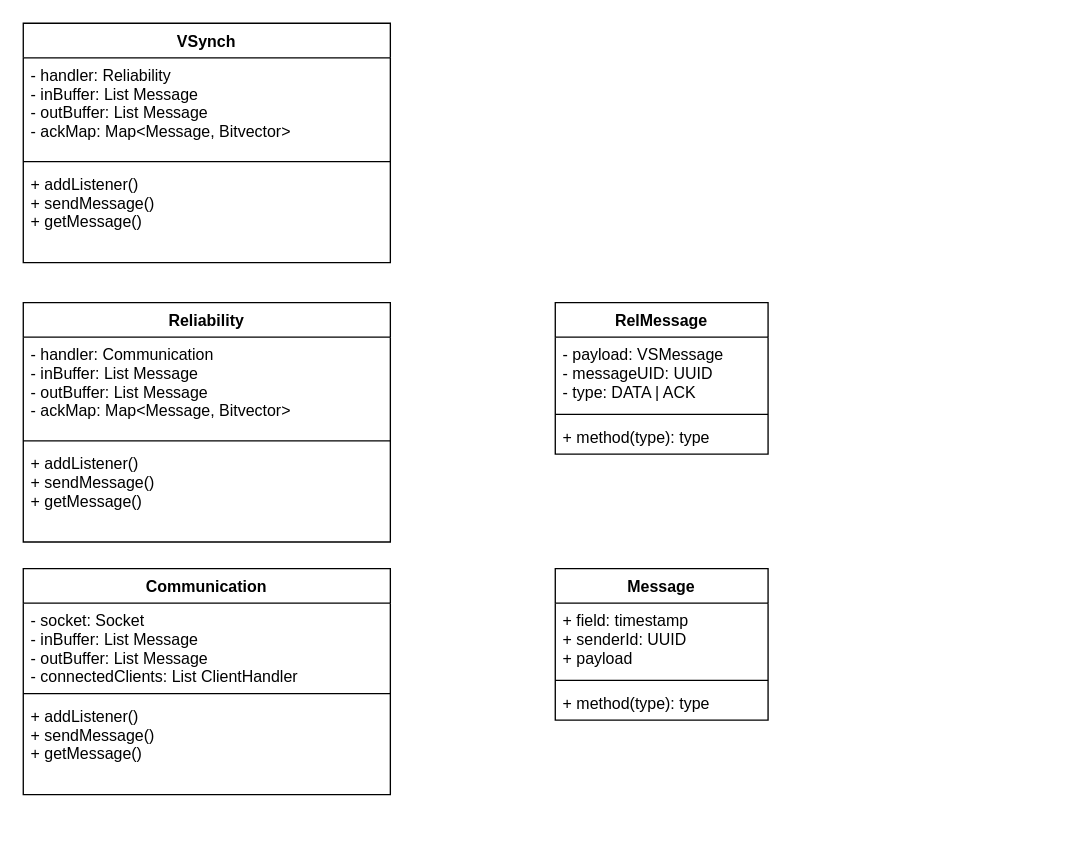
Earlier version of the draw.io diagram doc/model.drawio (PolCeru/DS-RMPI). Source tidied: cells renumbered, new cells numbered last; positions are measured from the earlier drawing's top-left corner, leaving out a move shared by most shapes. Both pictures are drawn from the tidied source at 133%, with x=0, y=0 at pixel (23, 23).
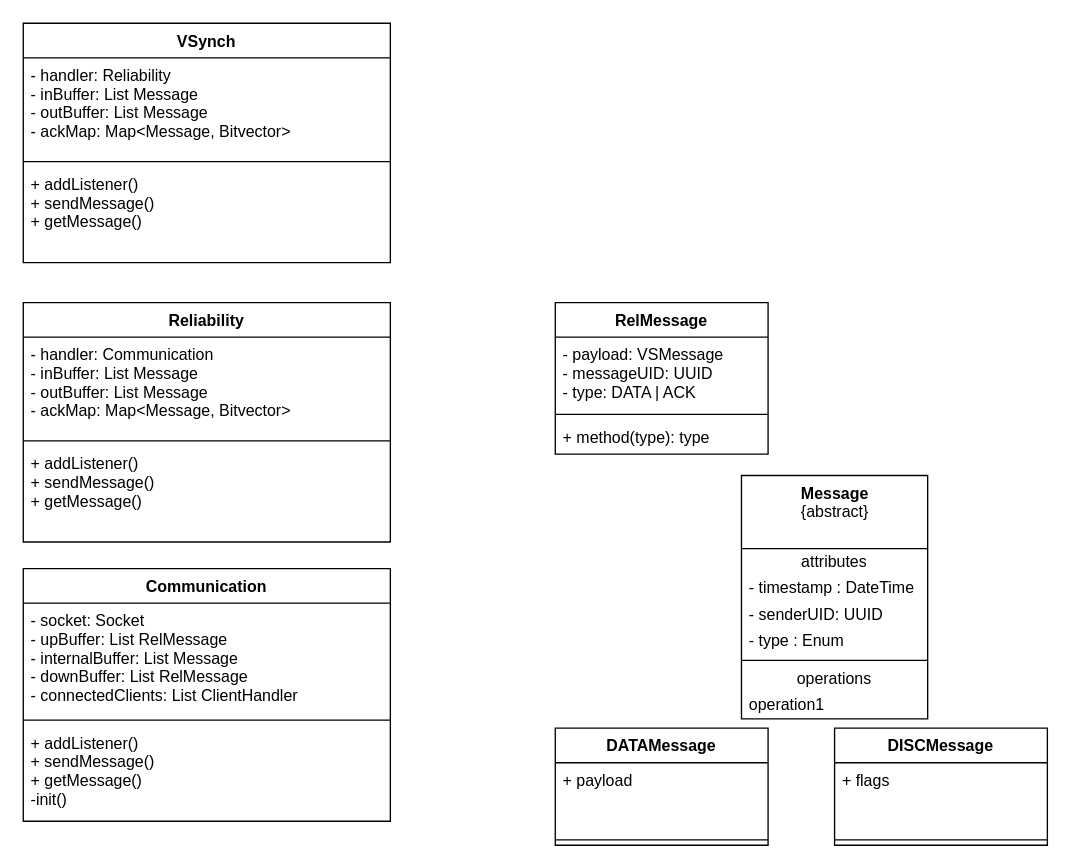
Above is the later version.

Commit message:
Diagram update with DISC message and init

What changed in the source:
```diff
@@
     <mxCell id="2" value="Communication" style="swimlane;fontStyle=1;align=center;verticalAlign=top;horizontal=1;startSize=26;" parent="1" vertex="1">
-      <mxGeometry y="410" width="276" height="170" as="geometry" />
+      <mxGeometry y="410" width="276" height="190" as="geometry" />
     </mxCell>
-    <mxCell id="3" value="- socket: Socket&#10;- inBuffer: List Message&#10;- outBuffer: List Message&#10;- connectedClients: List ClientHandler" style="text;strokeColor=none;fillColor=none;align=left;verticalAlign=top;spacingLeft=4;spacingRight=4;overflow=hidden;" parent="2" vertex="1">
-      <mxGeometry y="26" width="276" height="64" as="geometry" />
+    <mxCell id="3" value="- socket: Socket&#10;- upBuffer: List RelMessage&#10;- internalBuffer: List Message&#10;- downBuffer: List RelMessage&#10;- connectedClients: List ClientHandler" style="text;strokeColor=none;fillColor=none;align=left;verticalAlign=top;spacingLeft=4;spacingRight=4;overflow=hidden;" parent="2" vertex="1">
+      <mxGeometry y="26" width="276" height="84" as="geometry" />
     </mxCell>
     <mxCell id="4" style="line;strokeWidth=1;fillColor=none;align=left;verticalAlign=middle;spacingTop=-1;spacingLeft=3;spacingRight=3;labelPosition=right;strokeColor=inherit;" parent="2" vertex="1">
-      <mxGeometry y="90" width="276" height="8" as="geometry" />
+      <mxGeometry y="110" width="276" height="8" as="geometry" />
     </mxCell>
-    <mxCell id="5" value="+ addListener()&#10;+ sendMessage()&#10;+ getMessage()" style="text;strokeColor=none;fillColor=none;align=left;verticalAlign=top;spacingLeft=4;spacingRight=4;overflow=hidden;" parent="2" vertex="1">
-      <mxGeometry y="98" width="276" height="72" as="geometry" />
+    <mxCell id="5" value="+ addListener()&#10;+ sendMessage()&#10;+ getMessage()&#10;-init()" style="text;strokeColor=none;fillColor=none;align=left;verticalAlign=top;spacingLeft=4;spacingRight=4;overflow=hidden;" parent="2" vertex="1">
+      <mxGeometry y="118" width="276" height="72" as="geometry" />
     </mxCell>
-    <mxCell id="6" value="Message" style="swimlane;fontStyle=1;align=center;verticalAlign=top;horizontal=1;startSize=26;" parent="1" vertex="1">
-      <mxGeometry x="400" y="410" width="160" height="114" as="geometry" />
+    <mxCell id="6" value="DATAMessage" style="swimlane;fontStyle=1;align=center;verticalAlign=top;horizontal=1;startSize=26;" parent="1" vertex="1">
+      <mxGeometry x="400" y="530" width="160" height="88" as="geometry" />
     </mxCell>
-    <mxCell id="7" value="+ field: timestamp&#10;+ senderId: UUID&#10;+ payload" style="text;strokeColor=none;fillColor=none;align=left;verticalAlign=top;spacingLeft=4;spacingRight=4;overflow=hidden;" parent="6" vertex="1">
+    <mxCell id="7" value="+ payload" style="text;strokeColor=none;fillColor=none;align=left;verticalAlign=top;spacingLeft=4;spacingRight=4;overflow=hidden;" parent="6" vertex="1">
       <mxGeometry y="26" width="160" height="54" as="geometry" />
     </mxCell>
@@
-    <mxCell id="9" value="+ method(type): type" style="text;strokeColor=none;fillColor=none;align=left;verticalAlign=top;spacingLeft=4;spacingRight=4;overflow=hidden;" parent="6" vertex="1">
-      <mxGeometry y="88" width="160" height="26" as="geometry" />
-    </mxCell>
@@
+    <mxCell id="22" value="DISCMessage" style="swimlane;fontStyle=1;align=center;verticalAlign=top;horizontal=1;startSize=26;" parent="1" vertex="1">
+      <mxGeometry x="610" y="530" width="160" height="88" as="geometry" />
+    </mxCell>
+    <mxCell id="23" value="+ flags" style="text;strokeColor=none;fillColor=none;align=left;verticalAlign=top;spacingLeft=4;spacingRight=4;overflow=hidden;" parent="22" vertex="1">
+      <mxGeometry y="26" width="160" height="54" as="geometry" />
+    </mxCell>
+    <mxCell id="24" style="line;strokeWidth=1;fillColor=none;align=left;verticalAlign=middle;spacingTop=-1;spacingLeft=3;spacingRight=3;labelPosition=right;strokeColor=inherit;" parent="22" vertex="1">
+      <mxGeometry y="80" width="160" height="8" as="geometry" />
+    </mxCell>
+    <mxCell id="25" value="&lt;b&gt;Message&lt;/b&gt;&lt;br&gt;{abstract}" style="swimlane;fontStyle=0;align=center;verticalAlign=top;horizontal=1;startSize=55;html=1;" parent="1" vertex="1">
+      <mxGeometry x="540" y="340" width="140" height="183" as="geometry" />
+    </mxCell>
+    <mxCell id="26" value="attributes" style="text;html=1;strokeColor=none;fillColor=none;align=center;verticalAlign=middle;spacingLeft=4;spacingRight=4;overflow=hidden;" parent="25" vertex="1">
+      <mxGeometry y="55" width="140" height="20" as="geometry" />
+    </mxCell>
+    <mxCell id="27" value="- timestamp : DateTime" style="text;html=1;strokeColor=none;fillColor=none;align=left;verticalAlign=middle;spacingLeft=4;spacingRight=4;overflow=hidden;" parent="25" vertex="1">
+      <mxGeometry y="75" width="140" height="20" as="geometry" />
+    </mxCell>
+    <mxCell id="28" value="- senderUID: UUID" style="text;html=1;strokeColor=none;fillColor=none;align=left;verticalAlign=middle;spacingLeft=4;spacingRight=4;overflow=hidden;" parent="25" vertex="1">
+      <mxGeometry y="95" width="140" height="20" as="geometry" />
+    </mxCell>
+    <mxCell id="29" value="- type : Enum" style="text;html=1;strokeColor=none;fillColor=none;align=left;verticalAlign=middle;spacingLeft=4;spacingRight=4;overflow=hidden;" parent="25" vertex="1">
+      <mxGeometry y="115" width="140" height="20" as="geometry" />
+    </mxCell>
+    <mxCell id="30" style="line;strokeWidth=1;fillColor=none;align=left;verticalAlign=middle;spacingTop=-1;spacingLeft=3;spacingRight=3;labelPosition=right;" parent="25" vertex="1">
+      <mxGeometry y="135" width="140" height="8" as="geometry" />
+    </mxCell>
+    <mxCell id="31" value="operations" style="text;html=1;strokeColor=none;fillColor=none;align=center;verticalAlign=middle;spacingLeft=4;spacingRight=4;overflow=hidden;" parent="25" vertex="1">
+      <mxGeometry y="143" width="140" height="20" as="geometry" />
+    </mxCell>
+    <mxCell id="32" value="operation1" style="text;html=1;strokeColor=none;fillColor=none;align=left;verticalAlign=middle;spacingLeft=4;spacingRight=4;overflow=hidden;" parent="25" vertex="1">
+      <mxGeometry y="163" width="140" height="20" as="geometry" />
+    </mxCell>
```
